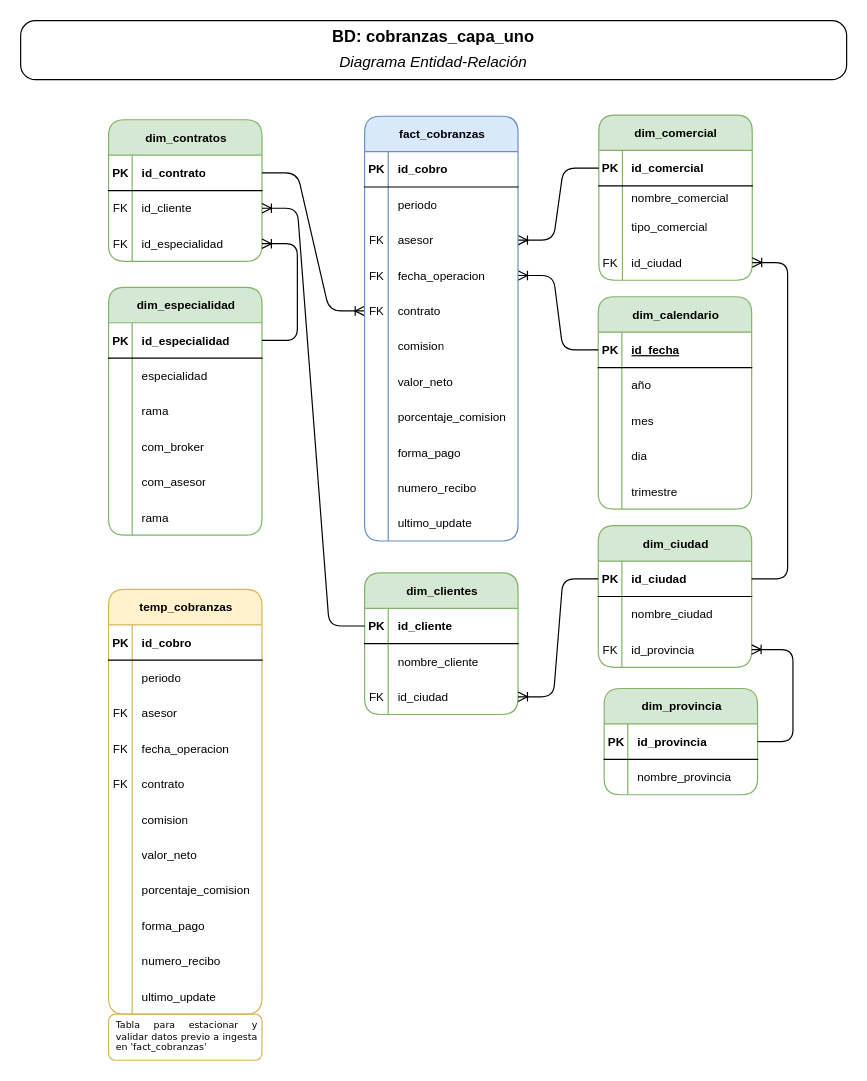
The draw.io diagram Documentos/Diagrama ER.drawio in Marcelo-F-Martin/PI_UA_pipeline_analisis_de_cobranza, before the edit. Source tidied: cells renumbered, new cells numbered last; positions are measured from the earlier drawing's top-left corner, leaving out a move shared by most shapes. Both pictures are drawn from the tidied source at 118%, with x=0, y=0 at pixel (20, 20).
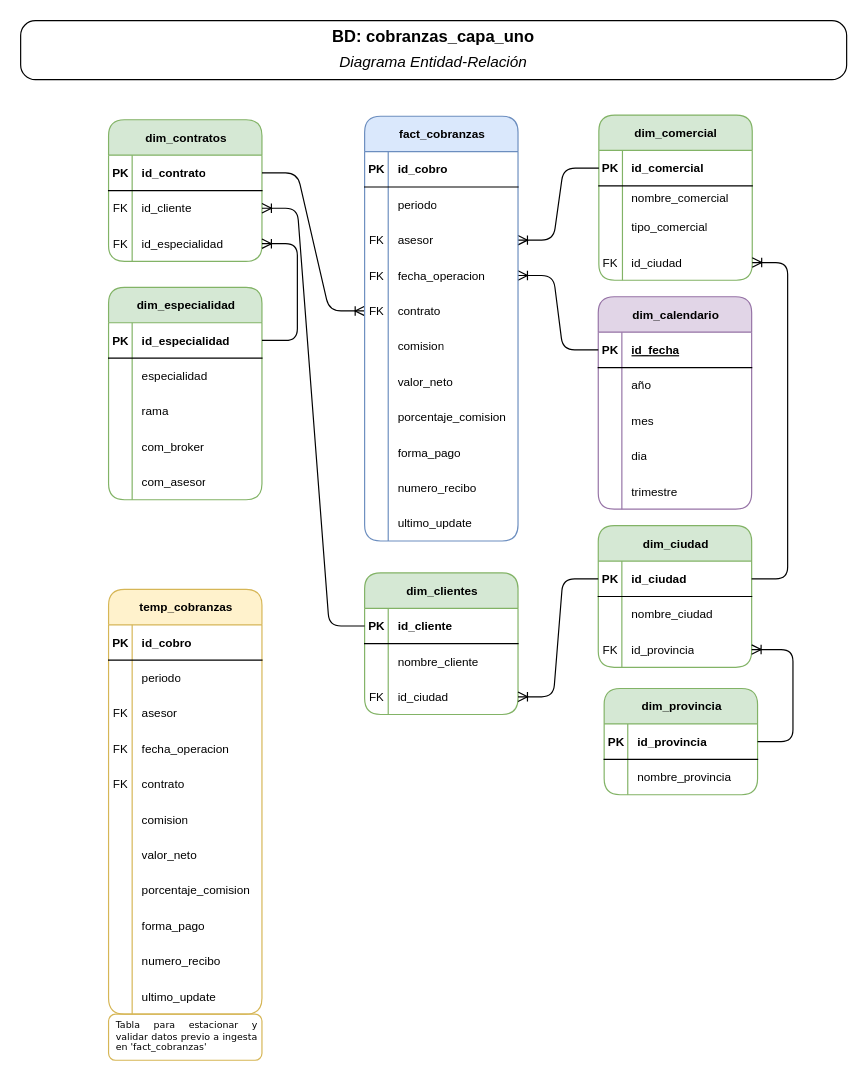
The same diagram, later.

Diff of the diagram source:
```diff
@@
     <mxCell id="19" value="&lt;span style=&quot;text-wrap-mode: wrap;&quot;&gt;dim_especialidad&lt;/span&gt;" style="shape=table;startSize=30;childLayout=tableLayout;rowLines=0;fontStyle=1;align=center;html=1;fillColor=#d5e8d4;strokeColor=#82b366;rounded=1;fontSize=10;spacing=2;spacingTop=0;spacingBottom=0;spacingRight=0;" parent="1" vertex="1">
-      <mxGeometry x="74.5" y="226" width="130" height="210" as="geometry" />
+      <mxGeometry x="74.5" y="226" width="130" height="180" as="geometry" />
     </mxCell>
@@
-    <mxCell id="35" style="shape=tableRow;horizontal=0;startSize=0;swimlaneHead=0;swimlaneBody=0;fillColor=none;top=0;left=0;right=0;bottom=0;fontSize=10;spacing=2;spacingTop=0;" parent="19" vertex="1">
-      <mxGeometry y="180" width="130" height="30" as="geometry" />
-    </mxCell>
-    <mxCell id="36" style="shape=partialRectangle;fillColor=none;top=0;left=0;bottom=0;right=0;overflow=hidden;whiteSpace=wrap;html=1;fontSize=10;spacing=2;spacingTop=0;" parent="35" vertex="1">
-      <mxGeometry width="20" height="30" as="geometry" />
-    </mxCell>
-    <mxCell id="37" value="rama" style="shape=partialRectangle;fillColor=none;top=0;left=0;bottom=0;right=0;align=left;spacingLeft=6;overflow=hidden;whiteSpace=wrap;html=1;fontSize=10;spacing=2;spacingTop=0;" parent="35" vertex="1">
-      <mxGeometry x="20" width="110" height="30" as="geometry" />
-    </mxCell>
@@
-    <mxCell id="73" value="&lt;span style=&quot;text-wrap-mode: wrap;&quot;&gt;dim_calendario&lt;/span&gt;" style="shape=table;startSize=30;childLayout=tableLayout;rowLines=0;fontStyle=1;align=center;html=1;fillColor=#d5e8d4;strokeColor=#82b366;rounded=1;fontSize=10;spacing=2;spacingTop=0;spacingBottom=0;spacingRight=0;" parent="1" vertex="1">
+    <mxCell id="73" value="&lt;span style=&quot;text-wrap-mode: wrap;&quot;&gt;dim_calendario&lt;/span&gt;" style="shape=table;startSize=30;childLayout=tableLayout;rowLines=0;fontStyle=1;align=center;html=1;fillColor=#e1d5e7;strokeColor=#9673a6;rounded=1;fontSize=10;spacing=2;spacingTop=0;spacingBottom=0;spacingRight=0;" parent="1" vertex="1">
       <mxGeometry x="489.5" y="234" width="130" height="180" as="geometry" />
     </mxCell>
```
